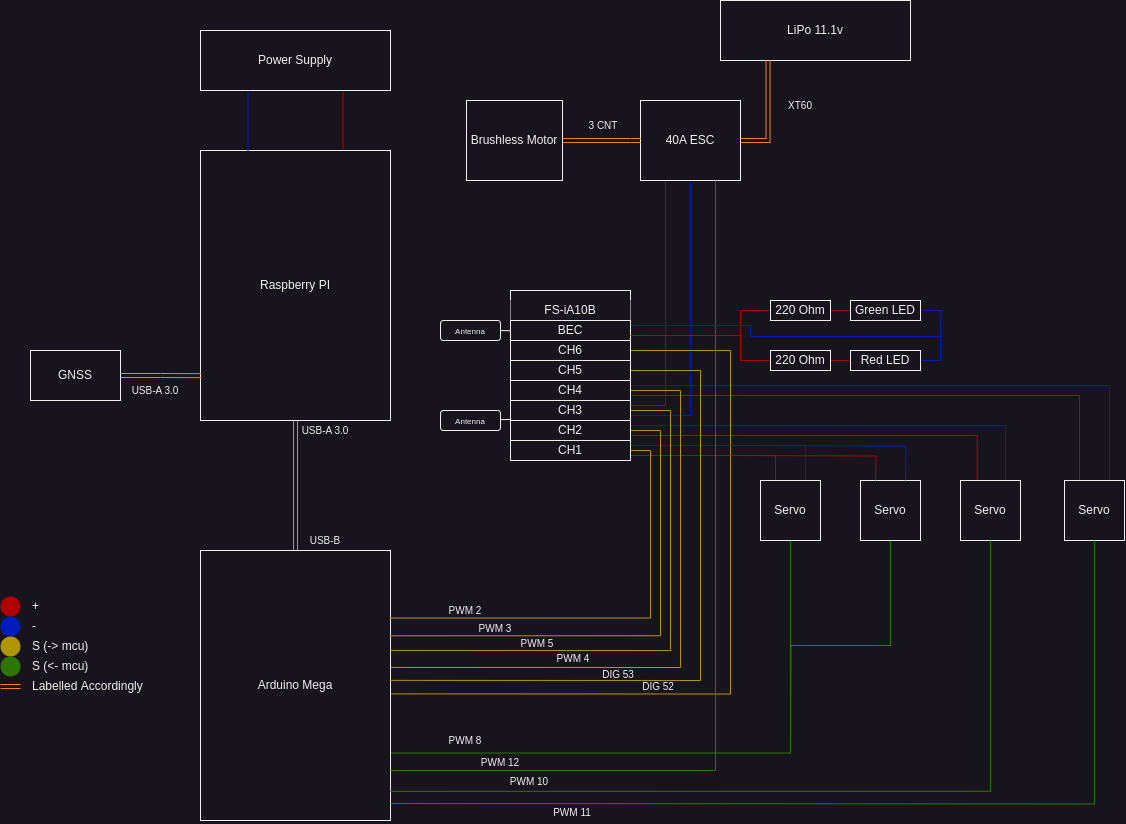
Earlier version of the draw.io export resources/schematic.png (dev-jtemel/rc_plane). Source tidied: cells renumbered, new cells last; positions are measured from the earlier drawing's top-left corner, leaving out a move shared by most shapes.
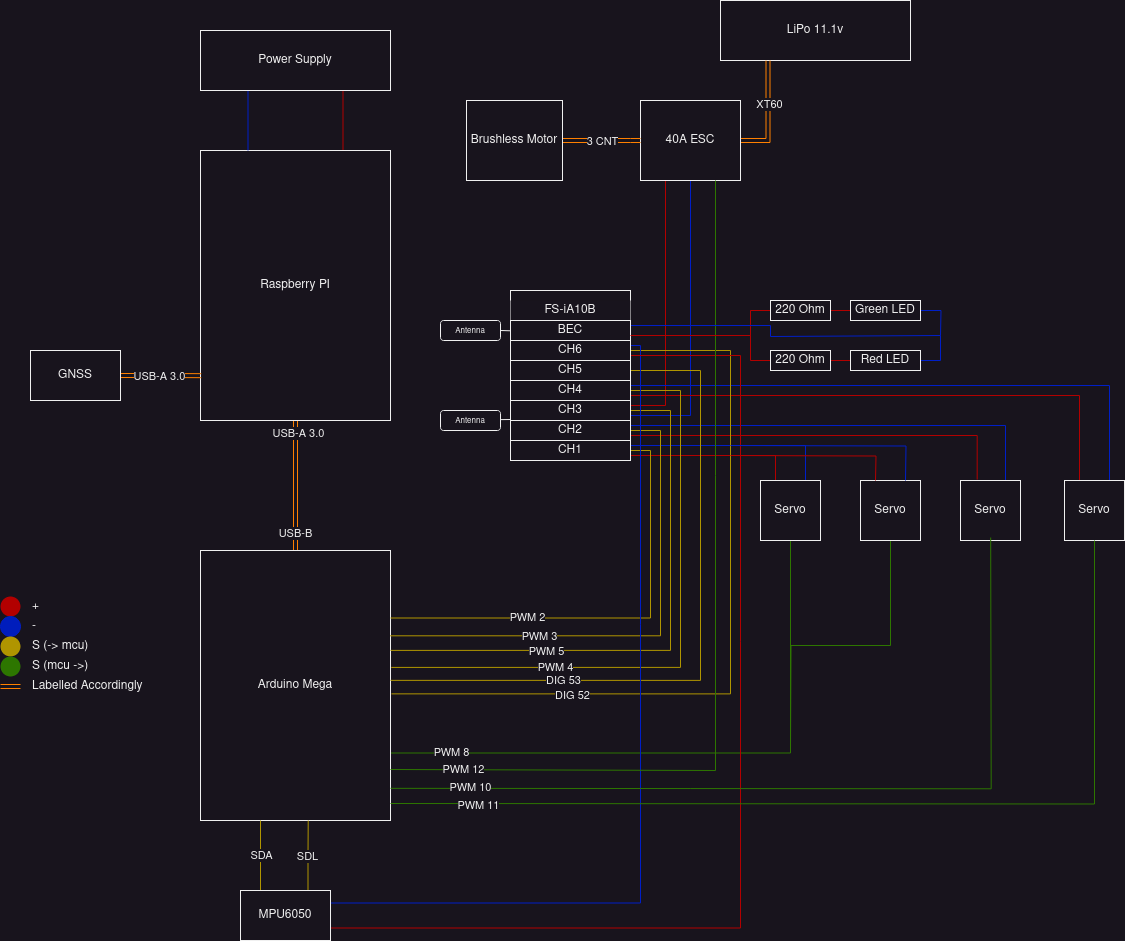
The same file after the commit.

The edit, as a diff of the source:
```diff
@@ -10,2 +10,8 @@
     </mxCell>
+    <mxCell id="89" value="USB-A 3.0" style="edgeLabel;html=1;align=center;verticalAlign=middle;" parent="3" vertex="1">
+      <mxGeometry x="0.82" y="-2" relative="1" as="geometry" />
+    </mxCell>
+    <mxCell id="58" value="USB-B" style="edgeLabel;html=1;align=center;verticalAlign=middle;" parent="3" vertex="1">
+      <mxGeometry x="-0.72" y="1" relative="1" as="geometry" />
+    </mxCell>
     <mxCell id="4" style="edgeStyle=orthogonalEdgeStyle;rounded=0;jettySize=auto;html=1;exitX=1;exitY=0.75;exitDx=0;exitDy=0;entryX=0.5;entryY=1;entryDx=0;entryDy=0;fillColor=#60a917;strokeColor=#2D7600;endArrow=none;endFill=0;" parent="1" edge="1" source="5" target="39">
@@ -13,2 +19,7 @@
     </mxCell>
+    <mxCell id="54" value="PWM 8" style="edgeLabel;html=1;align=center;verticalAlign=middle;" parent="4" vertex="1">
+      <mxGeometry x="-0.51" y="1" relative="1" as="geometry">
+        <mxPoint x="-91" as="offset" />
+      </mxGeometry>
+    </mxCell>
     <mxCell id="5" value="&lt;div&gt;Arduino Mega&lt;/div&gt;" style="rounded=0;whiteSpace=wrap;html=1;" parent="1" vertex="1">
@@ -37,3 +48,3 @@
     </mxCell>
-    <mxCell id="12" style="edgeStyle=orthogonalEdgeStyle;rounded=0;jettySize=auto;html=1;exitX=0.25;exitY=1;exitDx=0;exitDy=0;entryX=0.25;entryY=0;entryDx=0;entryDy=0;fillColor=#0050ef;strokeColor=#001DBC;endArrow=none;endFill=0;" parent="1" edge="1" source="13" target="11">
+    <mxCell id="12" style="edgeStyle=orthogonalEdgeStyle;rounded=0;jettySize=auto;html=1;exitX=0.25;exitY=1;exitDx=0;exitDy=0;entryX=0.25;entryY=0;entryDx=0;entryDy=0;fillColor=#0050ef;strokeColor=#001FC7;endArrow=none;endFill=0;" parent="1" edge="1" source="13" target="11">
       <mxGeometry relative="1" as="geometry" />
@@ -49,3 +60,3 @@
     </mxCell>
-    <mxCell id="16" style="edgeStyle=orthogonalEdgeStyle;rounded=0;jettySize=auto;html=1;exitX=0.5;exitY=1;exitDx=0;exitDy=0;entryX=1;entryY=0.75;entryDx=0;entryDy=0;endArrow=none;endFill=0;fillColor=#0050ef;strokeColor=#001DBC;" parent="1" edge="1" source="18" target="28">
+    <mxCell id="16" style="edgeStyle=orthogonalEdgeStyle;rounded=0;jettySize=auto;html=1;exitX=0.5;exitY=1;exitDx=0;exitDy=0;entryX=1;entryY=0.75;entryDx=0;entryDy=0;endArrow=none;endFill=0;fillColor=#0050ef;strokeColor=#001FC7;" parent="1" edge="1" source="18" target="28">
       <mxGeometry relative="1" as="geometry">
@@ -59,2 +70,7 @@
     </mxCell>
+    <mxCell id="71" value="XT60" style="edgeLabel;html=1;align=center;verticalAlign=middle;" parent="17" vertex="1">
+      <mxGeometry x="0.2" relative="1" as="geometry">
+        <mxPoint x="1" y="1" as="offset" />
+      </mxGeometry>
+    </mxCell>
     <mxCell id="18" value="40A ESC" style="rounded=0;whiteSpace=wrap;html=1;" parent="1" vertex="1">
@@ -65,3 +81,3 @@
     </mxCell>
-    <mxCell id="20" style="edgeStyle=orthogonalEdgeStyle;rounded=0;jettySize=auto;html=1;exitX=1;exitY=0.25;exitDx=0;exitDy=0;entryX=0.75;entryY=0;entryDx=0;entryDy=0;endArrow=none;endFill=0;fillColor=#0050ef;strokeColor=#001DBC;" parent="1" edge="1" source="22" target="39">
+    <mxCell id="20" style="edgeStyle=orthogonalEdgeStyle;rounded=0;jettySize=auto;html=1;exitX=1;exitY=0.25;exitDx=0;exitDy=0;entryX=0.75;entryY=0;entryDx=0;entryDy=0;endArrow=none;endFill=0;fillColor=#0050ef;strokeColor=#001FC7;" parent="1" edge="1" source="22" target="39">
       <mxGeometry relative="1" as="geometry" />
@@ -71,2 +87,7 @@
     </mxCell>
+    <mxCell id="48" value="PWM 2" style="edgeLabel;html=1;align=center;verticalAlign=middle;" parent="21" vertex="1">
+      <mxGeometry x="0.45" y="-1" relative="1" as="geometry">
+        <mxPoint x="14" as="offset" />
+      </mxGeometry>
+    </mxCell>
     <mxCell id="22" value="CH1" style="rounded=0;whiteSpace=wrap;html=1;" parent="1" vertex="1">
@@ -77,3 +98,3 @@
     </mxCell>
-    <mxCell id="24" style="edgeStyle=orthogonalEdgeStyle;rounded=0;jettySize=auto;html=1;exitX=1;exitY=0.25;exitDx=0;exitDy=0;entryX=0.75;entryY=0;entryDx=0;entryDy=0;endArrow=none;endFill=0;fillColor=#0050ef;strokeColor=#001DBC;" parent="1" edge="1" source="26" target="42">
+    <mxCell id="24" style="edgeStyle=orthogonalEdgeStyle;rounded=0;jettySize=auto;html=1;exitX=1;exitY=0.25;exitDx=0;exitDy=0;entryX=0.75;entryY=0;entryDx=0;entryDy=0;endArrow=none;endFill=0;fillColor=#0050ef;strokeColor=#001FC7;" parent="1" edge="1" source="26" target="42">
       <mxGeometry relative="1" as="geometry" />
@@ -88,2 +109,5 @@
     </mxCell>
+    <mxCell id="49" value="PWM 3" style="edgeLabel;html=1;align=center;verticalAlign=middle;" parent="25" vertex="1">
+      <mxGeometry x="0.41" relative="1" as="geometry" />
+    </mxCell>
     <mxCell id="26" value="CH2" style="rounded=0;whiteSpace=wrap;html=1;" parent="1" vertex="1">
@@ -99,2 +123,7 @@
     </mxCell>
+    <mxCell id="50" value="PWM 5" style="edgeLabel;html=1;align=center;verticalAlign=middle;" parent="27" vertex="1">
+      <mxGeometry x="0.37" relative="1" as="geometry">
+        <mxPoint x="-21" y="1" as="offset" />
+      </mxGeometry>
+    </mxCell>
     <mxCell id="28" value="CH3" style="rounded=0;whiteSpace=wrap;html=1;" parent="1" vertex="1">
@@ -105,3 +134,3 @@
     </mxCell>
-    <mxCell id="30" style="edgeStyle=orthogonalEdgeStyle;rounded=0;jettySize=auto;html=1;exitX=1;exitY=0.25;exitDx=0;exitDy=0;entryX=0.75;entryY=0;entryDx=0;entryDy=0;endArrow=none;endFill=0;fillColor=#0050ef;strokeColor=#001DBC;" parent="1" edge="1" source="32" target="43">
+    <mxCell id="30" style="edgeStyle=orthogonalEdgeStyle;rounded=0;jettySize=auto;html=1;exitX=1;exitY=0.25;exitDx=0;exitDy=0;entryX=0.75;entryY=0;entryDx=0;entryDy=0;endArrow=none;endFill=0;fillColor=#0050ef;strokeColor=#001FC7;" parent="1" edge="1" source="32" target="43">
       <mxGeometry relative="1" as="geometry" />
@@ -116,2 +145,7 @@
     </mxCell>
+    <mxCell id="51" value="PWM 4" style="edgeLabel;html=1;align=center;verticalAlign=middle;" parent="31" vertex="1">
+      <mxGeometry x="0.39" relative="1" as="geometry">
+        <mxPoint x="-24" as="offset" />
+      </mxGeometry>
+    </mxCell>
     <mxCell id="32" value="CH4" style="rounded=0;whiteSpace=wrap;html=1;" parent="1" vertex="1">
@@ -127,2 +161,7 @@
     </mxCell>
+    <mxCell id="52" value="DIG 53" style="edgeLabel;html=1;align=center;verticalAlign=middle;" parent="33" vertex="1">
+      <mxGeometry x="0.59" y="1" relative="1" as="geometry">
+        <mxPoint x="31" y="-1" as="offset" />
+      </mxGeometry>
+    </mxCell>
     <mxCell id="34" value="CH5" style="rounded=0;whiteSpace=wrap;html=1;" parent="1" vertex="1">
@@ -138,2 +177,23 @@
     </mxCell>
+    <mxCell id="53" value="DIG 52" style="edgeLabel;html=1;align=center;verticalAlign=middle;" parent="35" vertex="1">
+      <mxGeometry x="0.51" relative="1" as="geometry">
+        <mxPoint x="-12" y="1" as="offset" />
+      </mxGeometry>
+    </mxCell>
+    <mxCell id="90" style="edgeStyle=orthogonalEdgeStyle;rounded=0;jettySize=auto;html=1;exitX=1;exitY=0.25;exitDx=0;exitDy=0;entryX=1;entryY=0.25;entryDx=0;entryDy=0;strokeColor=#001FC7;endArrow=none;endFill=0;" parent="1" edge="1" source="36" target="97">
+      <mxGeometry relative="1" as="geometry">
+        <Array as="points">
+          <mxPoint x="640" y="345" />
+          <mxPoint x="640" y="903" />
+        </Array>
+      </mxGeometry>
+    </mxCell>
+    <mxCell id="91" style="edgeStyle=orthogonalEdgeStyle;rounded=0;jettySize=auto;html=1;exitX=1;exitY=0.75;exitDx=0;exitDy=0;entryX=1;entryY=0.75;entryDx=0;entryDy=0;strokeColor=#B20000;endArrow=none;endFill=0;" parent="1" edge="1" source="36" target="97">
+      <mxGeometry relative="1" as="geometry">
+        <Array as="points">
+          <mxPoint x="740" y="355" />
+          <mxPoint x="740" y="928" />
+        </Array>
+      </mxGeometry>
+    </mxCell>
     <mxCell id="36" value="CH6" style="rounded=0;whiteSpace=wrap;html=1;" parent="1" vertex="1">
@@ -153,2 +213,7 @@
     </mxCell>
+    <mxCell id="56" value="PWM 12" style="edgeLabel;html=1;align=center;verticalAlign=middle;" parent="38" vertex="1">
+      <mxGeometry x="0.85" y="-1" relative="1" as="geometry">
+        <mxPoint x="3" as="offset" />
+      </mxGeometry>
+    </mxCell>
     <mxCell id="39" value="Servo" style="rounded=0;whiteSpace=wrap;html=1;" parent="1" vertex="1">
@@ -176,3 +241,3 @@
     </mxCell>
-    <mxCell id="45" style="edgeStyle=orthogonalEdgeStyle;rounded=0;orthogonalLoop=1;jettySize=auto;html=1;exitX=1;exitY=0.25;exitDx=0;exitDy=0;entryX=0.75;entryY=0;entryDx=0;entryDy=0;endArrow=none;endFill=0;fillColor=#0050ef;strokeColor=#001DBC;" parent="1" edge="1">
+    <mxCell id="45" style="edgeStyle=orthogonalEdgeStyle;rounded=0;orthogonalLoop=1;jettySize=auto;html=1;exitX=1;exitY=0.25;exitDx=0;exitDy=0;entryX=0.75;entryY=0;entryDx=0;entryDy=0;endArrow=none;endFill=0;fillColor=#0050ef;strokeColor=#001FC7;" parent="1" edge="1">
       <mxGeometry relative="1" as="geometry">
@@ -182,5 +247,13 @@
     </mxCell>
-    <mxCell id="46" style="edgeStyle=orthogonalEdgeStyle;rounded=0;jettySize=auto;html=1;exitX=0.999;exitY=0.892;exitDx=0;exitDy=0;entryX=0.5;entryY=1;entryDx=0;entryDy=0;fillColor=#60a917;strokeColor=#2D7600;endArrow=none;endFill=0;exitPerimeter=0;" parent="1" edge="1" source="5" target="42">
-      <mxGeometry relative="1" as="geometry" />
+    <mxCell id="46" style="edgeStyle=orthogonalEdgeStyle;rounded=0;orthogonalLoop=1;jettySize=auto;html=1;exitX=0.999;exitY=0.892;exitDx=0;exitDy=0;entryX=0.5;entryY=1;entryDx=0;entryDy=0;fillColor=#60a917;strokeColor=#2D7600;endArrow=none;endFill=0;exitPerimeter=0;" parent="1" edge="1">
+      <mxGeometry relative="1" as="geometry">
+        <mxPoint x="390" y="787.8" as="sourcePoint" />
+        <mxPoint x="990.2" y="537" as="targetPoint" />
+      </mxGeometry>
     </mxCell>
+    <mxCell id="55" value="PWM 10" style="edgeLabel;html=1;align=center;verticalAlign=middle;" parent="46" vertex="1">
+      <mxGeometry x="-0.69" relative="1" as="geometry">
+        <mxPoint x="-52" y="-1" as="offset" />
+      </mxGeometry>
+    </mxCell>
     <mxCell id="47" style="edgeStyle=orthogonalEdgeStyle;rounded=0;jettySize=auto;html=1;entryX=0.5;entryY=1;entryDx=0;entryDy=0;fillColor=#60a917;strokeColor=#2D7600;endArrow=none;endFill=0;" parent="1" edge="1" target="43">
@@ -190,41 +263,7 @@
     </mxCell>
-    <mxCell id="48" value="PWM 2" style="text;html=1;strokeColor=none;fillColor=none;align=center;verticalAlign=middle;whiteSpace=wrap;rounded=0;fontSize=10;" parent="1" vertex="1">
-      <mxGeometry x="440" y="600" width="50" height="20" as="geometry" />
-    </mxCell>
-    <mxCell id="49" value="PWM 3" style="text;html=1;strokeColor=none;fillColor=none;align=center;verticalAlign=middle;whiteSpace=wrap;rounded=0;fontSize=10;" parent="1" vertex="1">
-      <mxGeometry x="470" y="618" width="50" height="20" as="geometry" />
-    </mxCell>
-    <mxCell id="50" value="PWM 5" style="text;html=1;strokeColor=none;fillColor=none;align=center;verticalAlign=middle;whiteSpace=wrap;rounded=0;fontSize=10;" parent="1" vertex="1">
-      <mxGeometry x="512" y="633" width="50" height="20" as="geometry" />
-    </mxCell>
-    <mxCell id="51" value="PWM 4" style="text;html=1;strokeColor=none;fillColor=none;align=center;verticalAlign=middle;whiteSpace=wrap;rounded=0;fontSize=10;" parent="1" vertex="1">
-      <mxGeometry x="548" y="648" width="50" height="20" as="geometry" />
-    </mxCell>
-    <mxCell id="52" value="DIG 53" style="text;html=1;strokeColor=none;fillColor=none;align=center;verticalAlign=middle;whiteSpace=wrap;rounded=0;fontSize=10;" parent="1" vertex="1">
-      <mxGeometry x="593" y="664" width="50" height="20" as="geometry" />
-    </mxCell>
-    <mxCell id="53" value="DIG 52" style="text;html=1;strokeColor=none;fillColor=none;align=center;verticalAlign=middle;whiteSpace=wrap;rounded=0;fontSize=10;" parent="1" vertex="1">
-      <mxGeometry x="633" y="676" width="50" height="20" as="geometry" />
-    </mxCell>
-    <mxCell id="54" value="PWM 8" style="text;html=1;strokeColor=none;fillColor=none;align=center;verticalAlign=middle;whiteSpace=wrap;rounded=0;fontSize=10;" parent="1" vertex="1">
-      <mxGeometry x="440" y="730" width="50" height="20" as="geometry" />
-    </mxCell>
-    <mxCell id="55" value="PWM 10" style="text;html=1;strokeColor=none;fillColor=none;align=center;verticalAlign=middle;whiteSpace=wrap;rounded=0;fontSize=10;" parent="1" vertex="1">
-      <mxGeometry x="504" y="771" width="50" height="20" as="geometry" />
-    </mxCell>
-    <mxCell id="56" value="PWM 12" style="text;html=1;strokeColor=none;fillColor=none;align=center;verticalAlign=middle;whiteSpace=wrap;rounded=0;fontSize=10;" parent="1" vertex="1">
-      <mxGeometry x="475" y="752" width="50" height="20" as="geometry" />
-    </mxCell>
-    <mxCell id="57" value="PWM 11" style="text;html=1;strokeColor=none;fillColor=none;align=center;verticalAlign=middle;whiteSpace=wrap;rounded=0;fontSize=10;" parent="1" vertex="1">
-      <mxGeometry x="547" y="802" width="50" height="20" as="geometry" />
+    <mxCell id="57" value="PWM 11" style="edgeLabel;html=1;align=center;verticalAlign=middle;" parent="47" vertex="1">
+      <mxGeometry x="-0.61" relative="1" as="geometry">
+        <mxPoint x="-103" y="1" as="offset" />
+      </mxGeometry>
     </mxCell>
-    <mxCell id="58" value="USB-B" style="text;html=1;strokeColor=none;fillColor=none;align=center;verticalAlign=middle;whiteSpace=wrap;rounded=0;fontSize=10;" parent="1" vertex="1">
-      <mxGeometry x="300" y="530" width="50" height="20" as="geometry" />
-    </mxCell>
-    <mxCell id="59" value="USB-A 3.0" style="text;html=1;strokeColor=none;fillColor=none;align=center;verticalAlign=middle;whiteSpace=wrap;rounded=0;fontSize=10;" parent="1" vertex="1">
-      <mxGeometry x="300" y="420" width="50" height="20" as="geometry" />
-    </mxCell>
-    <mxCell id="60" value="USB-A 3.0" style="text;html=1;strokeColor=none;fillColor=none;align=center;verticalAlign=middle;whiteSpace=wrap;rounded=0;fontSize=10;" parent="1" vertex="1">
-      <mxGeometry x="130" y="380" width="50" height="20" as="geometry" />
-    </mxCell>
     <mxCell id="61" style="edgeStyle=orthogonalEdgeStyle;rounded=0;jettySize=auto;html=1;entryX=0.004;entryY=0.834;entryDx=0;entryDy=0;entryPerimeter=0;shape=link;strokeColor=#FF8000;" parent="1" edge="1" source="62" target="11">
@@ -232,2 +271,5 @@
     </mxCell>
+    <mxCell id="92" value="USB-A 3.0" style="edgeLabel;html=1;align=center;verticalAlign=middle;" parent="61" vertex="1">
+      <mxGeometry x="-0.06" relative="1" as="geometry" />
+    </mxCell>
     <mxCell id="62" value="&lt;div&gt;GNSS&lt;/div&gt;" style="rounded=0;whiteSpace=wrap;html=1;" parent="1" vertex="1">
@@ -241,3 +283,3 @@
     </mxCell>
-    <mxCell id="65" style="ellipse;whiteSpace=wrap;html=1;fillColor=#001DBC;strokeColor=none;" parent="1" vertex="1">
+    <mxCell id="65" style="ellipse;whiteSpace=wrap;html=1;fillColor=#001DBC;strokeColor=#001FC7;" parent="1" vertex="1">
       <mxGeometry y="616" width="20" height="20" as="geometry" />
@@ -256,8 +298,5 @@
     </mxCell>
-    <mxCell id="70" value="S (&amp;lt;- mcu)" style="text;html=1;strokeColor=none;fillColor=none;align=left;verticalAlign=middle;whiteSpace=wrap;rounded=0;" parent="1" vertex="1">
+    <mxCell id="70" value="S (mcu -&amp;gt;)" style="text;html=1;strokeColor=none;fillColor=none;align=left;verticalAlign=middle;whiteSpace=wrap;rounded=0;" parent="1" vertex="1">
       <mxGeometry x="30" y="656" width="60" height="20" as="geometry" />
     </mxCell>
-    <mxCell id="71" value="XT60" style="text;html=1;strokeColor=none;fillColor=none;align=center;verticalAlign=middle;whiteSpace=wrap;rounded=0;fontSize=10;" parent="1" vertex="1">
-      <mxGeometry x="770" y="90" width="60" height="30" as="geometry" />
-    </mxCell>
     <mxCell id="72" style="edgeStyle=orthogonalEdgeStyle;rounded=0;jettySize=auto;html=1;shape=link;strokeColor=#FF8000;" parent="1" edge="1" source="73" target="18">
@@ -270,2 +309,5 @@
     </mxCell>
+    <mxCell id="74" value="3 CNT" style="edgeLabel;html=1;align=center;verticalAlign=middle;" parent="72" vertex="1">
+      <mxGeometry relative="1" as="geometry" />
+    </mxCell>
     <mxCell id="73" value="Brushless Motor" style="rounded=0;whiteSpace=wrap;html=1;" parent="1" vertex="1">
@@ -273,5 +315,2 @@
     </mxCell>
-    <mxCell id="74" value="3 CNT" style="text;html=1;strokeColor=none;fillColor=none;align=center;verticalAlign=middle;whiteSpace=wrap;rounded=0;fontSize=10;" parent="1" vertex="1">
-      <mxGeometry x="573" y="110" width="60" height="30" as="geometry" />
-    </mxCell>
     <mxCell id="75" style="endArrow=none;html=1;rounded=0;shape=link;strokeColor=#FF8000;" parent="1" edge="1">
@@ -288,4 +327,4 @@
         <Array as="points">
-          <mxPoint x="740" y="335" />
-          <mxPoint x="740" y="310" />
+          <mxPoint x="750" y="335" />
+          <mxPoint x="750" y="310" />
         </Array>
@@ -293,3 +332,3 @@
     </mxCell>
-    <mxCell id="78" style="edgeStyle=orthogonalEdgeStyle;rounded=0;jettySize=auto;html=1;exitX=1;exitY=0.25;exitDx=0;exitDy=0;endArrow=none;endFill=0;strokeColor=#001DBC;" parent="1" edge="1" source="79">
+    <mxCell id="78" style="edgeStyle=orthogonalEdgeStyle;rounded=0;jettySize=auto;html=1;exitX=1;exitY=0.25;exitDx=0;exitDy=0;endArrow=none;endFill=0;strokeColor=#001FC7;" parent="1" edge="1" source="79">
       <mxGeometry relative="1" as="geometry">
@@ -297,4 +336,4 @@
         <Array as="points">
-          <mxPoint x="750" y="325" />
-          <mxPoint x="750" y="336" />
+          <mxPoint x="770" y="325" />
+          <mxPoint x="770" y="336" />
           <mxPoint x="940" y="336" />
@@ -315,5 +354,4 @@
         <Array as="points">
-          <mxPoint x="820" y="360" />
-          <mxPoint x="740" y="360" />
-          <mxPoint x="740" y="335" />
+          <mxPoint x="750" y="360" />
+          <mxPoint x="750" y="335" />
         </Array>
@@ -327,3 +365,3 @@
     </mxCell>
-    <mxCell id="85" style="edgeStyle=orthogonalEdgeStyle;rounded=0;jettySize=auto;html=1;endArrow=none;endFill=0;strokeColor=#001DBC;" parent="1" edge="1" source="86">
+    <mxCell id="85" style="edgeStyle=orthogonalEdgeStyle;rounded=0;jettySize=auto;html=1;endArrow=none;endFill=0;strokeColor=#001FC7;" parent="1" edge="1" source="86">
       <mxGeometry relative="1" as="geometry">
@@ -335,3 +373,3 @@
     </mxCell>
-    <mxCell id="87" style="edgeStyle=orthogonalEdgeStyle;rounded=0;jettySize=auto;html=1;exitX=1;exitY=0.5;exitDx=0;exitDy=0;endArrow=none;endFill=0;strokeColor=#001DBC;" parent="1" edge="1" source="88">
+    <mxCell id="87" style="edgeStyle=orthogonalEdgeStyle;rounded=0;jettySize=auto;html=1;exitX=1;exitY=0.5;exitDx=0;exitDy=0;endArrow=none;endFill=0;strokeColor=#001FC7;" parent="1" edge="1" source="88">
       <mxGeometry relative="1" as="geometry">
@@ -343,2 +381,24 @@
     </mxCell>
+    <mxCell id="93" style="edgeStyle=orthogonalEdgeStyle;rounded=0;jettySize=auto;html=1;exitX=0.75;exitY=0;exitDx=0;exitDy=0;entryX=0.567;entryY=1;entryDx=0;entryDy=0;entryPerimeter=0;endArrow=none;endFill=0;strokeColor=#B09500;" parent="1" edge="1" source="97" target="5">
+      <mxGeometry relative="1" as="geometry" />
+    </mxCell>
+    <mxCell id="94" value="SDL" style="edgeLabel;html=1;align=center;verticalAlign=middle;" parent="93" vertex="1">
+      <mxGeometry x="-0.47" y="1" relative="1" as="geometry">
+        <mxPoint y="-17" as="offset" />
+      </mxGeometry>
+    </mxCell>
+    <mxCell id="95" style="edgeStyle=orthogonalEdgeStyle;rounded=0;jettySize=auto;html=1;endArrow=none;endFill=0;strokeColor=#B09500;exitX=0.25;exitY=0;exitDx=0;exitDy=0;" parent="1" edge="1" source="97">
+      <mxGeometry relative="1" as="geometry">
+        <mxPoint x="260" y="820" as="targetPoint" />
+        <Array as="points">
+          <mxPoint x="260" y="890" />
+        </Array>
+      </mxGeometry>
+    </mxCell>
+    <mxCell id="96" value="SDA" style="edgeLabel;html=1;align=center;verticalAlign=middle;" parent="95" vertex="1">
+      <mxGeometry x="0.05" relative="1" as="geometry" />
+    </mxCell>
+    <mxCell id="97" value="MPU6050" style="rounded=0;whiteSpace=wrap;html=1;" parent="1" vertex="1">
+      <mxGeometry x="240" y="890" width="90" height="50" as="geometry" />
+    </mxCell>
   </root>
```
